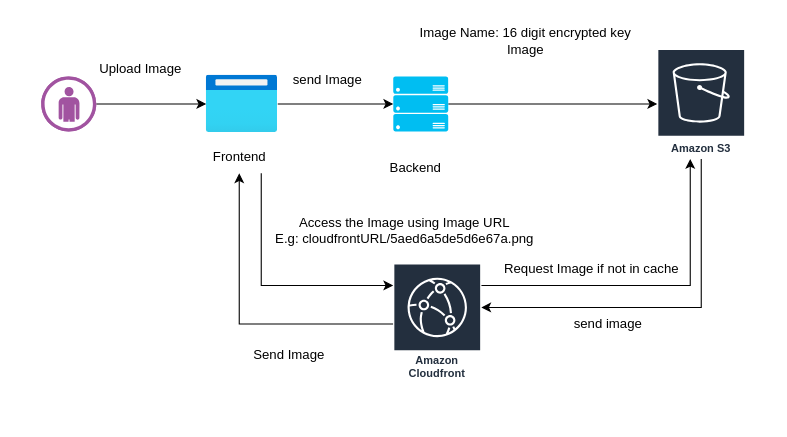
The draw.io diagram diagrams/profile-image-upload.drawio in Elzian-Agro/Monitoring-System, before the edit. Source tidied: cells renumbered, new cells numbered last; positions are measured from the earlier drawing's top-left corner, leaving out a move shared by most shapes. Both pictures are drawn from the tidied source at 110%, with x=0, y=0 at pixel (41, 19).
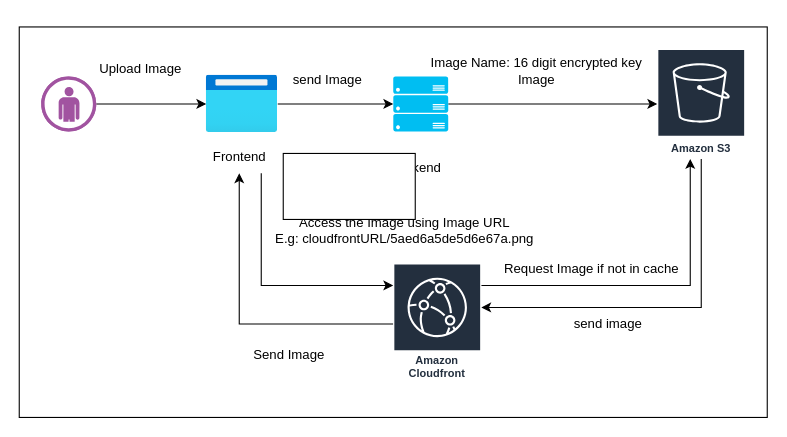
Above is the later version.

The edit, as a diff of the source:
```diff
@@
+    <mxCell id="23" style="rounded=0;whiteSpace=wrap;html=1;" parent="1" vertex="1">
+      <mxGeometry x="-20" y="7" width="680" height="355" as="geometry" />
+    </mxCell>
@@
     <mxCell id="15" value="Image Name: 16 digit encrypted key&lt;br&gt;Image" style="text;html=1;align=center;verticalAlign=middle;strokeColor=none;fillColor=none;" parent="1" vertex="1">
-      <mxGeometry x="330" width="220" height="40" as="geometry" />
+      <mxGeometry x="340" y="27" width="220" height="40" as="geometry" />
     </mxCell>
@@
+    <mxCell id="24" style="rounded=0;whiteSpace=wrap;html=1;" parent="1" vertex="1">
+      <mxGeometry x="220" y="122" width="120" height="60" as="geometry" />
+    </mxCell>
```
